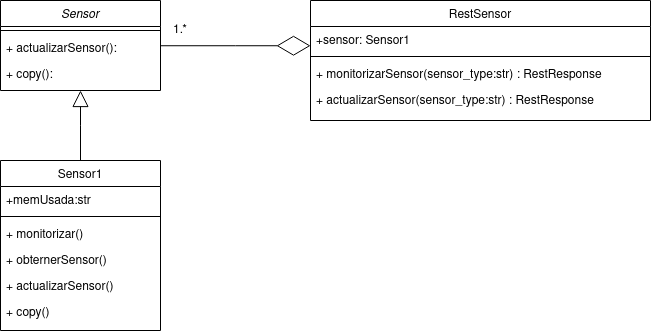
fmv1001/practica-dms-2020-2021 keeps this draw.io diagram as components/dms2021sensor/Diagrama_Sensor.png. Above is the earlier version. Source tidied: cells renumbered, new cells last; positions are measured from the earlier drawing's top-left corner, leaving out a move shared by most shapes. Its diagram source:
```xml
<mxGraphModel>
  <root>
    <mxCell id="0" />
    <mxCell id="1" parent="0" />
    <mxCell id="2" value="Sensor" style="swimlane;fontStyle=2;align=center;verticalAlign=top;horizontal=1;startSize=26;rounded=0;shadow=0;strokeWidth=1;" parent="1" vertex="1">
      <mxGeometry width="160" height="90" as="geometry" />
    </mxCell>
    <mxCell id="3" style="line;html=1;strokeWidth=1;align=left;verticalAlign=middle;spacingTop=-1;spacingLeft=3;spacingRight=3;labelPosition=right;" parent="2" vertex="1">
      <mxGeometry y="26" width="160" height="8" as="geometry" />
    </mxCell>
    <mxCell id="4" value="+ actualizarSensor():&#10;" style="text;align=left;verticalAlign=top;spacingLeft=4;spacingRight=4;overflow=hidden;" parent="2" vertex="1">
      <mxGeometry y="34" width="160" height="26" as="geometry" />
    </mxCell>
    <mxCell id="5" value="+ copy():" style="text;align=left;verticalAlign=top;spacingLeft=4;spacingRight=4;overflow=hidden;" parent="2" vertex="1">
      <mxGeometry y="60" width="160" height="26" as="geometry" />
    </mxCell>
    <mxCell id="6" value="Sensor1" style="swimlane;fontStyle=0;align=center;verticalAlign=top;horizontal=1;startSize=26;rounded=0;shadow=0;strokeWidth=1;" parent="1" vertex="1">
      <mxGeometry y="160" width="160" height="170" as="geometry" />
    </mxCell>
    <mxCell id="7" value="+memUsada:str" style="text;align=left;verticalAlign=top;spacingLeft=4;spacingRight=4;overflow=hidden;" parent="6" vertex="1">
      <mxGeometry y="26" width="160" height="26" as="geometry" />
    </mxCell>
    <mxCell id="8" style="line;html=1;strokeWidth=1;align=left;verticalAlign=middle;spacingTop=-1;spacingLeft=3;spacingRight=3;labelPosition=right;" parent="6" vertex="1">
      <mxGeometry y="52" width="160" height="8" as="geometry" />
    </mxCell>
    <mxCell id="9" value="+ monitorizar()" style="text;align=left;verticalAlign=top;spacingLeft=4;spacingRight=4;overflow=hidden;" parent="6" vertex="1">
      <mxGeometry y="60" width="160" height="26" as="geometry" />
    </mxCell>
    <mxCell id="10" value="+ obternerSensor()" style="text;align=left;verticalAlign=top;spacingLeft=4;spacingRight=4;overflow=hidden;" parent="6" vertex="1">
      <mxGeometry y="86" width="160" height="26" as="geometry" />
    </mxCell>
    <mxCell id="11" value="+ actualizarSensor()" style="text;align=left;verticalAlign=top;spacingLeft=4;spacingRight=4;overflow=hidden;" parent="6" vertex="1">
      <mxGeometry y="112" width="160" height="26" as="geometry" />
    </mxCell>
    <mxCell id="12" value="+ copy()" style="text;align=left;verticalAlign=top;spacingLeft=4;spacingRight=4;overflow=hidden;" parent="6" vertex="1">
      <mxGeometry y="138" width="160" height="26" as="geometry" />
    </mxCell>
    <mxCell id="13" style="endArrow=block;endSize=14;endFill=0;shadow=0;strokeWidth=1;rounded=0;edgeStyle=elbowEdgeStyle;elbow=vertical;" parent="1" edge="1" source="6" target="2">
      <mxGeometry relative="1" as="geometry" />
    </mxCell>
    <mxCell id="14" value="RestSensor" style="swimlane;fontStyle=0;align=center;verticalAlign=top;horizontal=1;startSize=26;rounded=0;shadow=0;strokeWidth=1;" parent="1" vertex="1">
      <mxGeometry x="310" width="340" height="120" as="geometry" />
    </mxCell>
    <mxCell id="15" value="+sensor: Sensor1" style="text;align=left;verticalAlign=top;spacingLeft=4;spacingRight=4;overflow=hidden;" parent="14" vertex="1">
      <mxGeometry y="26" width="340" height="26" as="geometry" />
    </mxCell>
    <mxCell id="16" style="line;html=1;strokeWidth=1;align=left;verticalAlign=middle;spacingTop=-1;spacingLeft=3;spacingRight=3;labelPosition=right;" parent="14" vertex="1">
      <mxGeometry y="52" width="340" height="8" as="geometry" />
    </mxCell>
    <mxCell id="17" value="+ monitorizarSensor(sensor_type:str) : RestResponse" style="text;align=left;verticalAlign=top;spacingLeft=4;spacingRight=4;overflow=hidden;points=[[0,0.5],[1,0.5]];portConstraint=eastwest;" parent="14" vertex="1">
      <mxGeometry y="60" width="340" height="26" as="geometry" />
    </mxCell>
    <mxCell id="18" value="+ actualizarSensor(sensor_type:str) : RestResponse" style="text;align=left;verticalAlign=top;spacingLeft=4;spacingRight=4;overflow=hidden;" parent="14" vertex="1">
      <mxGeometry y="86" width="340" height="26" as="geometry" />
    </mxCell>
    <mxCell id="19" style="endArrow=diamondThin;shadow=0;strokeWidth=1;rounded=0;endFill=0;edgeStyle=elbowEdgeStyle;elbow=vertical;endSize=31;" parent="1" edge="1" source="2" target="14">
      <mxGeometry x="0.5" y="41" relative="1" as="geometry">
        <mxPoint x="-40" y="32" as="offset" />
      </mxGeometry>
    </mxCell>
    <mxCell id="20" value="1.*" style="text;html=1;strokeColor=none;fillColor=none;align=center;verticalAlign=middle;whiteSpace=wrap;rounded=0;" parent="1" vertex="1">
      <mxGeometry x="160" y="20" width="40" height="20" as="geometry" />
    </mxCell>
  </root>
</mxGraphModel>
```
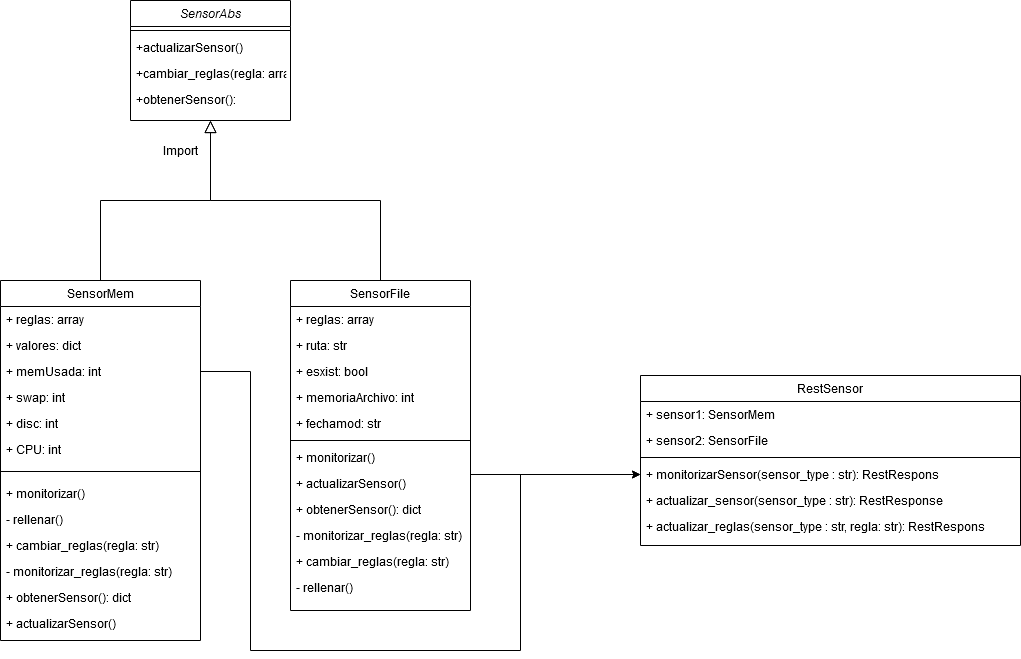
Above is the later version.

Commit message:
Actualización de los  diagramas de clases del cliente y del sensor #3

The edit, as a diff of the source:
```diff
@@ -2,64 +2,148 @@
   <root>
     <mxCell id="0" />
     <mxCell id="1" parent="0" />
-    <mxCell id="2" value="Sensor" style="swimlane;fontStyle=2;align=center;verticalAlign=top;horizontal=1;startSize=26;rounded=0;shadow=0;strokeWidth=1;" parent="1" vertex="1">
-      <mxGeometry width="160" height="90" as="geometry" />
+    <mxCell id="2" value="SensorAbs" style="swimlane;fontStyle=2;align=center;verticalAlign=top;horizontal=1;startSize=26;rounded=0;shadow=0;strokeWidth=1;" parent="1" vertex="1">
+      <mxGeometry x="170" y="70" width="160" height="120" as="geometry" />
     </mxCell>
     <mxCell id="3" style="line;html=1;strokeWidth=1;align=left;verticalAlign=middle;spacingTop=-1;spacingLeft=3;spacingRight=3;labelPosition=right;" parent="2" vertex="1">
       <mxGeometry y="26" width="160" height="8" as="geometry" />
     </mxCell>
-    <mxCell id="4" value="+ actualizarSensor():&#10;" style="text;align=left;verticalAlign=top;spacingLeft=4;spacingRight=4;overflow=hidden;" parent="2" vertex="1">
+    <mxCell id="4" value="+actualizarSensor()" style="text;align=left;verticalAlign=top;spacingLeft=4;spacingRight=4;overflow=hidden;" parent="2" vertex="1">
       <mxGeometry y="34" width="160" height="26" as="geometry" />
     </mxCell>
-    <mxCell id="5" value="+ copy():" style="text;align=left;verticalAlign=top;spacingLeft=4;spacingRight=4;overflow=hidden;" parent="2" vertex="1">
-      <mxGeometry y="60" width="160" height="26" as="geometry" />
-    </mxCell>
+    <mxCell id="21" value="+cambiar_reglas(regla: array)" style="text;align=left;verticalAlign=top;spacingLeft=4;spacingRight=4;overflow=hidden;" parent="2" vertex="1">
+      <mxGeometry y="60" width="160" height="26" as="geometry" />
+    </mxCell>
+    <mxCell id="22" value="+obtenerSensor():" style="text;align=left;verticalAlign=top;spacingLeft=4;spacingRight=4;overflow=hidden;" parent="2" vertex="1">
+      <mxGeometry y="86" width="160" height="26" as="geometry" />
+    </mxCell>
-    <mxCell id="6" value="Sensor1" style="swimlane;fontStyle=0;align=center;verticalAlign=top;horizontal=1;startSize=26;rounded=0;shadow=0;strokeWidth=1;" parent="1" vertex="1">
-      <mxGeometry y="160" width="160" height="170" as="geometry" />
+    <mxCell id="6" value="SensorMem" style="swimlane;fontStyle=0;align=center;verticalAlign=top;horizontal=1;startSize=26;rounded=0;shadow=0;strokeWidth=1;" parent="1" vertex="1">
+      <mxGeometry x="40" y="350" width="200" height="360" as="geometry" />
     </mxCell>
-    <mxCell id="7" value="+memUsada:str" style="text;align=left;verticalAlign=top;spacingLeft=4;spacingRight=4;overflow=hidden;" parent="6" vertex="1">
-      <mxGeometry y="26" width="160" height="26" as="geometry" />
+    <mxCell id="7" value="+ reglas: array" style="text;align=left;verticalAlign=top;spacingLeft=4;spacingRight=4;overflow=hidden;" parent="6" vertex="1">
+      <mxGeometry y="26" width="200" height="26" as="geometry" />
     </mxCell>
+    <mxCell id="23" value="+ valores: dict" style="text;align=left;verticalAlign=top;spacingLeft=4;spacingRight=4;overflow=hidden;rounded=0;shadow=0;html=0;" parent="6" vertex="1">
+      <mxGeometry y="52" width="200" height="26" as="geometry" />
+    </mxCell>
+    <mxCell id="24" value="+ memUsada: int" style="text;align=left;verticalAlign=top;spacingLeft=4;spacingRight=4;overflow=hidden;points=[[0,0.5],[1,0.5]];portConstraint=eastwest;rounded=0;shadow=0;html=0;" parent="6" vertex="1">
+      <mxGeometry y="78" width="200" height="26" as="geometry" />
+    </mxCell>
+    <mxCell id="25" value="+ swap: int" style="text;align=left;verticalAlign=top;spacingLeft=4;spacingRight=4;overflow=hidden;rounded=0;shadow=0;html=0;" parent="6" vertex="1">
+      <mxGeometry y="104" width="200" height="26" as="geometry" />
+    </mxCell>
+    <mxCell id="26" value="+ disc: int" style="text;align=left;verticalAlign=top;spacingLeft=4;spacingRight=4;overflow=hidden;rounded=0;shadow=0;html=0;" parent="6" vertex="1">
+      <mxGeometry y="130" width="200" height="26" as="geometry" />
+    </mxCell>
+    <mxCell id="27" value="+ CPU: int" style="text;align=left;verticalAlign=top;spacingLeft=4;spacingRight=4;overflow=hidden;rounded=0;shadow=0;html=0;" parent="6" vertex="1">
+      <mxGeometry y="156" width="200" height="26" as="geometry" />
+    </mxCell>
     <mxCell id="8" style="line;html=1;strokeWidth=1;align=left;verticalAlign=middle;spacingTop=-1;spacingLeft=3;spacingRight=3;labelPosition=right;" parent="6" vertex="1">
-      <mxGeometry y="52" width="160" height="8" as="geometry" />
+      <mxGeometry y="182" width="200" height="18" as="geometry" />
     </mxCell>
     <mxCell id="9" value="+ monitorizar()" style="text;align=left;verticalAlign=top;spacingLeft=4;spacingRight=4;overflow=hidden;" parent="6" vertex="1">
-      <mxGeometry y="60" width="160" height="26" as="geometry" />
+      <mxGeometry y="200" width="200" height="26" as="geometry" />
     </mxCell>
-    <mxCell id="10" value="+ obternerSensor()" style="text;align=left;verticalAlign=top;spacingLeft=4;spacingRight=4;overflow=hidden;" parent="6" vertex="1">
-      <mxGeometry y="86" width="160" height="26" as="geometry" />
-    </mxCell>
-    <mxCell id="11" value="+ actualizarSensor()" style="text;align=left;verticalAlign=top;spacingLeft=4;spacingRight=4;overflow=hidden;" parent="6" vertex="1">
-      <mxGeometry y="112" width="160" height="26" as="geometry" />
-    </mxCell>
-    <mxCell id="12" value="+ copy()" style="text;align=left;verticalAlign=top;spacingLeft=4;spacingRight=4;overflow=hidden;" parent="6" vertex="1">
-      <mxGeometry y="138" width="160" height="26" as="geometry" />
-    </mxCell>
+    <mxCell id="28" value="- rellenar()" style="text;align=left;verticalAlign=top;spacingLeft=4;spacingRight=4;overflow=hidden;" parent="6" vertex="1">
+      <mxGeometry y="226" width="200" height="26" as="geometry" />
+    </mxCell>
+    <mxCell id="29" value="+ cambiar_reglas(regla: str)" style="text;align=left;verticalAlign=top;spacingLeft=4;spacingRight=4;overflow=hidden;" parent="6" vertex="1">
+      <mxGeometry y="252" width="200" height="26" as="geometry" />
+    </mxCell>
+    <mxCell id="30" value="- monitorizar_reglas(regla: str)" style="text;align=left;verticalAlign=top;spacingLeft=4;spacingRight=4;overflow=hidden;" parent="6" vertex="1">
+      <mxGeometry y="278" width="200" height="26" as="geometry" />
+    </mxCell>
+    <mxCell id="31" value="+ obtenerSensor(): dict" style="text;align=left;verticalAlign=top;spacingLeft=4;spacingRight=4;overflow=hidden;" parent="6" vertex="1">
+      <mxGeometry y="304" width="200" height="26" as="geometry" />
+    </mxCell>
+    <mxCell id="32" value=" + actualizarSensor()" style="text;align=left;verticalAlign=top;spacingLeft=4;spacingRight=4;overflow=hidden;" parent="6" vertex="1">
+      <mxGeometry y="330" width="200" height="26" as="geometry" />
+    </mxCell>
-    <mxCell id="13" style="endArrow=block;endSize=14;endFill=0;shadow=0;strokeWidth=1;rounded=0;edgeStyle=elbowEdgeStyle;elbow=vertical;" parent="1" edge="1" source="6" target="2">
+    <mxCell id="13" style="endArrow=block;endSize=10;endFill=0;shadow=0;strokeWidth=1;rounded=0;edgeStyle=elbowEdgeStyle;elbow=vertical;" parent="1" edge="1" source="6" target="2">
       <mxGeometry relative="1" as="geometry" />
     </mxCell>
+    <mxCell id="33" value="SensorFile" style="swimlane;fontStyle=0;align=center;verticalAlign=top;horizontal=1;startSize=26;rounded=0;shadow=0;strokeWidth=1;" parent="1" vertex="1">
+      <mxGeometry x="330" y="350" width="180" height="330" as="geometry" />
+    </mxCell>
+    <mxCell id="34" value="+ reglas: array" style="text;align=left;verticalAlign=top;spacingLeft=4;spacingRight=4;overflow=hidden;" parent="33" vertex="1">
+      <mxGeometry y="26" width="180" height="26" as="geometry" />
+    </mxCell>
+    <mxCell id="35" value="+ ruta: str" style="text;align=left;verticalAlign=top;spacingLeft=4;spacingRight=4;overflow=hidden;rounded=0;shadow=0;html=0;" parent="33" vertex="1">
+      <mxGeometry y="52" width="180" height="26" as="geometry" />
+    </mxCell>
+    <mxCell id="36" value="+ esxist: bool" style="text;align=left;verticalAlign=top;spacingLeft=4;spacingRight=4;overflow=hidden;points=[[0,0.5],[1,0.5]];portConstraint=eastwest;rounded=0;shadow=0;html=0;" parent="33" vertex="1">
+      <mxGeometry y="78" width="180" height="26" as="geometry" />
+    </mxCell>
+    <mxCell id="37" value="+ memoriaArchivo: int" style="text;align=left;verticalAlign=top;spacingLeft=4;spacingRight=4;overflow=hidden;rounded=0;shadow=0;html=0;" parent="33" vertex="1">
+      <mxGeometry y="104" width="180" height="26" as="geometry" />
+    </mxCell>
+    <mxCell id="38" value="+ fechamod: str" style="text;align=left;verticalAlign=top;spacingLeft=4;spacingRight=4;overflow=hidden;rounded=0;shadow=0;html=0;" parent="33" vertex="1">
+      <mxGeometry y="130" width="180" height="26" as="geometry" />
+    </mxCell>
+    <mxCell id="39" style="line;html=1;strokeWidth=1;align=left;verticalAlign=middle;spacingTop=-1;spacingLeft=3;spacingRight=3;labelPosition=right;" parent="33" vertex="1">
+      <mxGeometry y="156" width="180" height="8" as="geometry" />
+    </mxCell>
+    <mxCell id="40" value="+ monitorizar()" style="text;align=left;verticalAlign=top;spacingLeft=4;spacingRight=4;overflow=hidden;" parent="33" vertex="1">
+      <mxGeometry y="164" width="180" height="26" as="geometry" />
+    </mxCell>
+    <mxCell id="41" value=" + actualizarSensor()" style="text;align=left;verticalAlign=top;spacingLeft=4;spacingRight=4;overflow=hidden;" parent="33" vertex="1">
+      <mxGeometry y="190" width="180" height="26" as="geometry" />
+    </mxCell>
+    <mxCell id="42" value="+ obtenerSensor(): dict" style="text;align=left;verticalAlign=top;spacingLeft=4;spacingRight=4;overflow=hidden;" parent="33" vertex="1">
+      <mxGeometry y="216" width="180" height="26" as="geometry" />
+    </mxCell>
+    <mxCell id="43" value="- monitorizar_reglas(regla: str)" style="text;align=left;verticalAlign=top;spacingLeft=4;spacingRight=4;overflow=hidden;" parent="33" vertex="1">
+      <mxGeometry y="242" width="180" height="26" as="geometry" />
+    </mxCell>
+    <mxCell id="44" value="+ cambiar_reglas(regla: str)" style="text;align=left;verticalAlign=top;spacingLeft=4;spacingRight=4;overflow=hidden;" parent="33" vertex="1">
+      <mxGeometry y="268" width="180" height="26" as="geometry" />
+    </mxCell>
+    <mxCell id="45" value="- rellenar()" style="text;align=left;verticalAlign=top;spacingLeft=4;spacingRight=4;overflow=hidden;" parent="33" vertex="1">
+      <mxGeometry y="294" width="180" height="26" as="geometry" />
+    </mxCell>
+    <mxCell id="46" style="endArrow=block;endSize=10;endFill=0;shadow=0;strokeWidth=1;rounded=0;edgeStyle=elbowEdgeStyle;elbow=vertical;" parent="1" edge="1" source="33" target="2">
+      <mxGeometry relative="1" as="geometry" />
+    </mxCell>
     <mxCell id="14" value="RestSensor" style="swimlane;fontStyle=0;align=center;verticalAlign=top;horizontal=1;startSize=26;rounded=0;shadow=0;strokeWidth=1;" parent="1" vertex="1">
-      <mxGeometry x="310" width="340" height="120" as="geometry" />
+      <mxGeometry x="680" y="445" width="380" height="170" as="geometry" />
     </mxCell>
+    <mxCell id="47" value="+ sensor1: SensorMem" style="text;align=left;verticalAlign=top;spacingLeft=4;spacingRight=4;overflow=hidden;" parent="14" vertex="1">
+      <mxGeometry y="26" width="380" height="26" as="geometry" />
+    </mxCell>
-    <mxCell id="15" value="+sensor: Sensor1" style="text;align=left;verticalAlign=top;spacingLeft=4;spacingRight=4;overflow=hidden;" parent="14" vertex="1">
-      <mxGeometry y="26" width="340" height="26" as="geometry" />
+    <mxCell id="15" value="+ sensor2: SensorFile" style="text;align=left;verticalAlign=top;spacingLeft=4;spacingRight=4;overflow=hidden;" parent="14" vertex="1">
+      <mxGeometry y="52" width="380" height="26" as="geometry" />
     </mxCell>
     <mxCell id="16" style="line;html=1;strokeWidth=1;align=left;verticalAlign=middle;spacingTop=-1;spacingLeft=3;spacingRight=3;labelPosition=right;" parent="14" vertex="1">
-      <mxGeometry y="52" width="340" height="8" as="geometry" />
+      <mxGeometry y="78" width="380" height="8" as="geometry" />
     </mxCell>
-    <mxCell id="17" value="+ monitorizarSensor(sensor_type:str) : RestResponse" style="text;align=left;verticalAlign=top;spacingLeft=4;spacingRight=4;overflow=hidden;points=[[0,0.5],[1,0.5]];portConstraint=eastwest;" parent="14" vertex="1">
-      <mxGeometry y="60" width="340" height="26" as="geometry" />
+    <mxCell id="17" value="+ monitorizarSensor(sensor_type : str):  RestRespons" style="text;align=left;verticalAlign=top;spacingLeft=4;spacingRight=4;overflow=hidden;points=[[0,0.5],[1,0.5]];portConstraint=eastwest;" parent="14" vertex="1">
+      <mxGeometry y="86" width="380" height="26" as="geometry" />
     </mxCell>
-    <mxCell id="18" value="+ actualizarSensor(sensor_type:str) : RestResponse" style="text;align=left;verticalAlign=top;spacingLeft=4;spacingRight=4;overflow=hidden;" parent="14" vertex="1">
-      <mxGeometry y="86" width="340" height="26" as="geometry" />
+    <mxCell id="18" value="+ actualizar_sensor(sensor_type : str): RestResponse" style="text;align=left;verticalAlign=top;spacingLeft=4;spacingRight=4;overflow=hidden;" parent="14" vertex="1">
+      <mxGeometry y="112" width="380" height="26" as="geometry" />
     </mxCell>
-    <mxCell id="19" style="endArrow=diamondThin;shadow=0;strokeWidth=1;rounded=0;endFill=0;edgeStyle=elbowEdgeStyle;elbow=vertical;endSize=31;" parent="1" edge="1" source="2" target="14">
-      <mxGeometry x="0.5" y="41" relative="1" as="geometry">
-        <mxPoint x="-40" y="32" as="offset" />
-      </mxGeometry>
-    </mxCell>
-    <mxCell id="20" value="1.*" style="text;html=1;strokeColor=none;fillColor=none;align=center;verticalAlign=middle;whiteSpace=wrap;rounded=0;" parent="1" vertex="1">
-      <mxGeometry x="160" y="20" width="40" height="20" as="geometry" />
-    </mxCell>
+    <mxCell id="48" value="+ actualizar_reglas(sensor_type : str, regla: str): RestRespons" style="text;align=left;verticalAlign=top;spacingLeft=4;spacingRight=4;overflow=hidden;" parent="14" vertex="1">
+      <mxGeometry y="138" width="380" height="26" as="geometry" />
+    </mxCell>
+    <mxCell id="49" value="Import" style="text;html=1;strokeColor=none;fillColor=none;align=center;verticalAlign=middle;whiteSpace=wrap;rounded=0;" parent="1" vertex="1">
+      <mxGeometry x="200" y="210" width="40" height="20" as="geometry" />
+    </mxCell>
+    <mxCell id="50" style="edgeStyle=orthogonalEdgeStyle;rounded=0;jettySize=auto;html=1;exitX=1;exitY=0.5;exitDx=0;exitDy=0;entryX=0;entryY=0.5;entryDx=0;entryDy=0;" parent="1" edge="1" source="36" target="17">
+      <mxGeometry relative="1" as="geometry">
+        <Array as="points">
+          <mxPoint x="510" y="544" />
+        </Array>
+      </mxGeometry>
+    </mxCell>
+    <mxCell id="51" style="edgeStyle=orthogonalEdgeStyle;rounded=0;jettySize=auto;html=1;exitX=1;exitY=0.5;exitDx=0;exitDy=0;entryX=0;entryY=0.5;entryDx=0;entryDy=0;" parent="1" edge="1" source="24" target="17">
+      <mxGeometry relative="1" as="geometry">
+        <Array as="points">
+          <mxPoint x="290" y="441" />
+          <mxPoint x="290" y="720" />
+          <mxPoint x="560" y="720" />
+          <mxPoint x="560" y="544" />
+        </Array>
+      </mxGeometry>
+    </mxCell>
   </root>
 </mxGraphModel>
```
